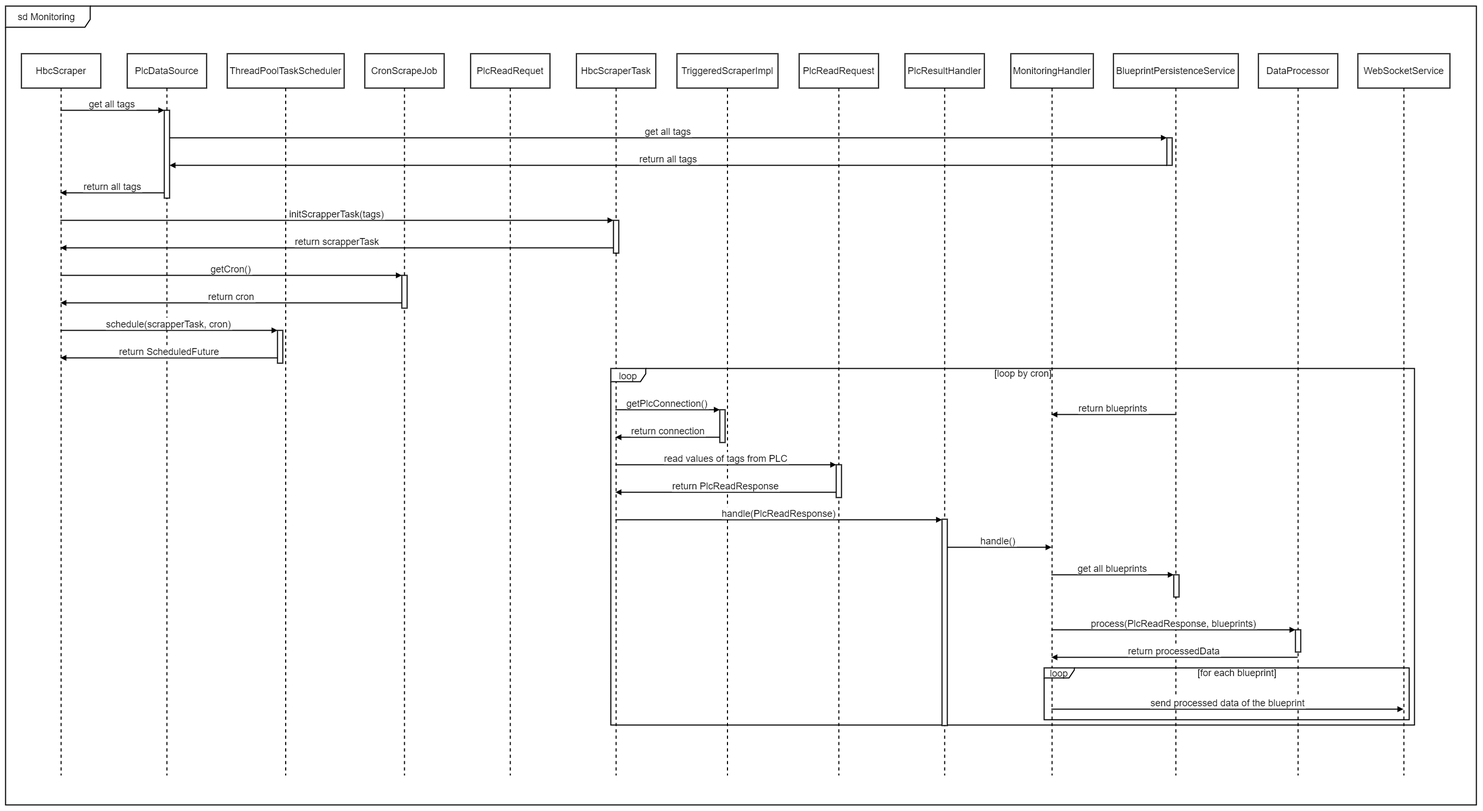
Above: Report7/SDD/Monitoring/sequence-T3-04.drawio.png in f-pms/Document (draw.io), before the change. Source tidied: cells renumbered, new cells last; positions are measured from the earlier drawing's top-left corner, leaving out a move shared by most shapes.
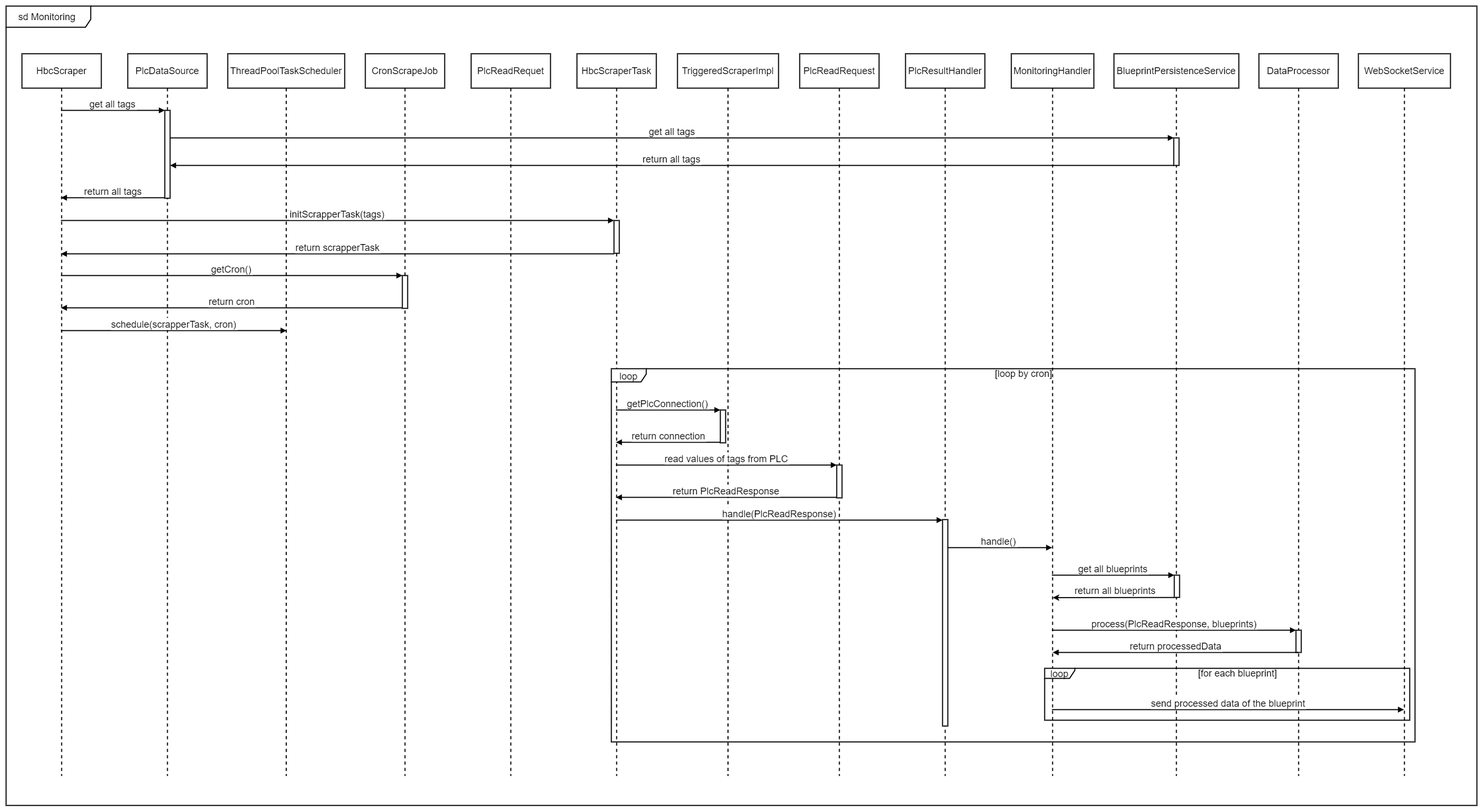
Later version of the same file.

Commit message:
modify monitoring sequence

Change to the diagram source:
```diff
@@ -14,9 +14,6 @@
     <mxCell id="5" value="ThreadPoolTaskScheduler" style="shape=umlLifeline;perimeter=lifelinePerimeter;whiteSpace=wrap;newEdgeStyle={&quot;edgeStyle&quot;:&quot;elbowEdgeStyle&quot;,&quot;elbow&quot;:&quot;vertical&quot;,&quot;curved&quot;:0,&quot;rounded&quot;:0};size=65;strokeWidth=2;fontSize=18;" parent="1" vertex="1">
       <mxGeometry x="419" y="90" width="221" height="1364" as="geometry" />
     </mxCell>
-    <mxCell id="6" style="points=[];perimeter=orthogonalPerimeter;outlineConnect=0;targetShapes=umlLifeline;portConstraint=eastwest;newEdgeStyle={&quot;edgeStyle&quot;:&quot;elbowEdgeStyle&quot;,&quot;elbow&quot;:&quot;vertical&quot;,&quot;curved&quot;:0,&quot;rounded&quot;:0};strokeWidth=2;fontSize=18;" parent="5" vertex="1">
-      <mxGeometry x="95" y="523" width="10" height="62" as="geometry" />
-    </mxCell>
     <mxCell id="7" value="CronScrapeJob" style="shape=umlLifeline;perimeter=lifelinePerimeter;whiteSpace=wrap;newEdgeStyle={&quot;edgeStyle&quot;:&quot;elbowEdgeStyle&quot;,&quot;elbow&quot;:&quot;vertical&quot;,&quot;curved&quot;:0,&quot;rounded&quot;:0};size=65;strokeWidth=2;fontSize=18;" parent="1" vertex="1">
       <mxGeometry x="679" y="90" width="150" height="1364" as="geometry" />
     </mxCell>
@@ -54,7 +51,7 @@
       <mxGeometry x="2094" y="90" width="236" height="1364" as="geometry" />
     </mxCell>
     <mxCell id="19" style="points=[];perimeter=orthogonalPerimeter;outlineConnect=0;targetShapes=umlLifeline;portConstraint=eastwest;newEdgeStyle={&quot;edgeStyle&quot;:&quot;elbowEdgeStyle&quot;,&quot;elbow&quot;:&quot;vertical&quot;,&quot;curved&quot;:0,&quot;rounded&quot;:0};strokeWidth=2;fontSize=18;" parent="18" vertex="1">
-      <mxGeometry x="101" y="159" width="10" height="52" as="geometry" />
+      <mxGeometry x="113" y="159" width="10" height="52" as="geometry" />
     </mxCell>
     <mxCell id="20" style="points=[];perimeter=orthogonalPerimeter;outlineConnect=0;targetShapes=umlLifeline;portConstraint=eastwest;newEdgeStyle={&quot;edgeStyle&quot;:&quot;elbowEdgeStyle&quot;,&quot;elbow&quot;:&quot;vertical&quot;,&quot;curved&quot;:0,&quot;rounded&quot;:0};strokeWidth=2;fontSize=18;" parent="18" vertex="1">
       <mxGeometry x="114" y="985" width="10" height="42" as="geometry" />
@@ -75,10 +72,10 @@
       <mxGeometry x="40" width="650" height="20" as="geometry" />
     </mxCell>
     <mxCell id="26" value="loop" style="shape=umlFrame;strokeColor=#000000;height=25;width=66;strokeWidth=2;fontSize=18;" parent="1" vertex="1">
-      <mxGeometry x="1144" y="685" width="1519" height="674" as="geometry" />
+      <mxGeometry x="1144" y="685" width="1519" height="705" as="geometry" />
     </mxCell>
     <mxCell id="27" value="[loop by cron]" style="text;strokeColor=none;fillColor=none;align=center;verticalAlign=middle;whiteSpace=wrap;strokeWidth=2;fontSize=18;" parent="26" vertex="1">
-      <mxGeometry x="40" width="1479" height="20" as="geometry" />
+      <mxGeometry x="40" width="1479" height="20.9" as="geometry" />
     </mxCell>
     <mxCell id="28" value="get all tags" style="verticalAlign=bottom;endArrow=block;edgeStyle=elbowEdgeStyle;elbow=vertical;curved=0;rounded=0;strokeWidth=2;fontSize=18;" parent="1" edge="1" source="2" target="4">
       <mxGeometry relative="1" as="geometry">
@@ -101,10 +98,12 @@
         </Array>
       </mxGeometry>
     </mxCell>
-    <mxCell id="31" value="return all tags" style="verticalAlign=bottom;endArrow=block;edgeStyle=elbowEdgeStyle;elbow=vertical;curved=0;rounded=0;strokeWidth=2;fontSize=18;" parent="1" edge="1" source="4" target="2">
+    <mxCell id="31" value="return all tags" style="verticalAlign=bottom;endArrow=block;edgeStyle=elbowEdgeStyle;elbow=vertical;curved=0;rounded=0;strokeWidth=2;fontSize=18;" parent="1" edge="1">
       <mxGeometry relative="1" as="geometry">
+        <mxPoint x="300" y="362" as="sourcePoint" />
+        <mxPoint x="103.8" y="362" as="targetPoint" />
         <Array as="points">
-          <mxPoint x="213" y="353" />
+          <mxPoint x="213" y="362" />
         </Array>
       </mxGeometry>
     </mxCell>
@@ -115,10 +114,12 @@
         </Array>
       </mxGeometry>
     </mxCell>
-    <mxCell id="33" value="return scrapperTask" style="verticalAlign=bottom;endArrow=block;edgeStyle=elbowEdgeStyle;elbow=vertical;curved=0;rounded=0;strokeWidth=2;fontSize=18;" parent="1" edge="1" source="11" target="2">
+    <mxCell id="33" value="return scrapperTask" style="verticalAlign=bottom;endArrow=block;edgeStyle=elbowEdgeStyle;elbow=vertical;curved=0;rounded=0;strokeWidth=2;fontSize=18;" parent="1" edge="1">
       <mxGeometry relative="1" as="geometry">
+        <mxPoint x="1149" y="468" as="sourcePoint" />
+        <mxPoint x="103.8" y="468" as="targetPoint" />
         <Array as="points">
-          <mxPoint x="637" y="457" />
+          <mxPoint x="637" y="468" />
         </Array>
       </mxGeometry>
     </mxCell>
@@ -129,27 +130,23 @@
         </Array>
       </mxGeometry>
     </mxCell>
-    <mxCell id="35" value="return cron" style="verticalAlign=bottom;endArrow=block;edgeStyle=elbowEdgeStyle;elbow=vertical;curved=0;rounded=0;strokeWidth=2;fontSize=18;" parent="1" edge="1" source="8" target="2">
+    <mxCell id="35" value="return cron" style="verticalAlign=bottom;endArrow=block;edgeStyle=elbowEdgeStyle;elbow=vertical;curved=0;rounded=0;strokeWidth=2;fontSize=18;" parent="1" edge="1">
       <mxGeometry relative="1" as="geometry">
+        <mxPoint x="749" y="570" as="sourcePoint" />
+        <mxPoint x="103.8" y="570" as="targetPoint" />
         <Array as="points">
-          <mxPoint x="437" y="561" />
+          <mxPoint x="437" y="570" />
         </Array>
       </mxGeometry>
     </mxCell>
-    <mxCell id="36" value="schedule(scrapperTask, cron)" style="verticalAlign=bottom;endArrow=block;edgeStyle=elbowEdgeStyle;elbow=vertical;curved=0;rounded=0;strokeWidth=2;fontSize=18;" parent="1" edge="1" source="2" target="6">
+    <mxCell id="36" value="schedule(scrapperTask, cron)" style="verticalAlign=bottom;endArrow=block;edgeStyle=elbowEdgeStyle;elbow=vertical;curved=0;rounded=0;strokeWidth=2;fontSize=18;" parent="1" edge="1" source="2">
       <mxGeometry relative="1" as="geometry">
+        <mxPoint x="530" y="613" as="targetPoint" />
         <Array as="points">
           <mxPoint x="327" y="613" />
         </Array>
       </mxGeometry>
     </mxCell>
-    <mxCell id="37" value="return ScheduledFuture" style="verticalAlign=bottom;endArrow=block;edgeStyle=elbowEdgeStyle;elbow=vertical;curved=0;rounded=0;strokeWidth=2;fontSize=18;" parent="1" edge="1" source="6" target="2">
-      <mxGeometry relative="1" as="geometry">
-        <Array as="points">
-          <mxPoint x="325" y="665" />
-        </Array>
-      </mxGeometry>
-    </mxCell>
     <mxCell id="38" value="getPlcConnection()" style="verticalAlign=bottom;endArrow=block;edgeStyle=elbowEdgeStyle;elbow=vertical;curved=0;rounded=0;strokeWidth=2;fontSize=18;" parent="1" edge="1" source="10" target="13">
       <mxGeometry relative="1" as="geometry">
         <Array as="points">
@@ -157,10 +154,12 @@
         </Array>
       </mxGeometry>
     </mxCell>
-    <mxCell id="39" value="return connection" style="verticalAlign=bottom;endArrow=block;edgeStyle=elbowEdgeStyle;elbow=vertical;curved=0;rounded=0;strokeWidth=2;fontSize=18;" parent="1" edge="1" source="13" target="10">
+    <mxCell id="39" value="return connection" style="verticalAlign=bottom;endArrow=block;edgeStyle=elbowEdgeStyle;elbow=vertical;curved=0;rounded=0;strokeWidth=2;fontSize=18;" parent="1" edge="1">
       <mxGeometry relative="1" as="geometry">
+        <mxPoint x="1350" y="824" as="sourcePoint" />
+        <mxPoint x="1152.8" y="824" as="targetPoint" />
         <Array as="points">
-          <mxPoint x="1267" y="815" />
+          <mxPoint x="1267" y="824" />
         </Array>
       </mxGeometry>
     </mxCell>
@@ -171,10 +170,12 @@
         </Array>
       </mxGeometry>
     </mxCell>
-    <mxCell id="41" value="return PlcReadResponse" style="verticalAlign=bottom;endArrow=block;edgeStyle=elbowEdgeStyle;elbow=vertical;curved=0;rounded=0;strokeWidth=2;fontSize=18;" parent="1" edge="1" source="15" target="10">
+    <mxCell id="41" value="return PlcReadResponse" style="verticalAlign=bottom;endArrow=block;edgeStyle=elbowEdgeStyle;elbow=vertical;curved=0;rounded=0;strokeWidth=2;fontSize=18;" parent="1" edge="1">
       <mxGeometry relative="1" as="geometry">
+        <mxPoint x="1570" y="928" as="sourcePoint" />
+        <mxPoint x="1152.8" y="928" as="targetPoint" />
         <Array as="points">
-          <mxPoint x="1372" y="919" />
+          <mxPoint x="1372" y="928" />
         </Array>
       </mxGeometry>
     </mxCell>
@@ -199,13 +200,6 @@
         </Array>
       </mxGeometry>
     </mxCell>
-    <mxCell id="45" value="return blueprints" style="verticalAlign=bottom;endArrow=block;edgeStyle=elbowEdgeStyle;elbow=vertical;curved=0;rounded=0;strokeWidth=2;fontSize=18;" parent="1" edge="1" source="18" target="17">
-      <mxGeometry relative="1" as="geometry">
-        <Array as="points">
-          <mxPoint x="2105" y="1127" />
-        </Array>
-      </mxGeometry>
-    </mxCell>
     <mxCell id="46" value="process(PlcReadResponse, blueprints)" style="verticalAlign=bottom;endArrow=block;edgeStyle=elbowEdgeStyle;elbow=vertical;curved=0;rounded=0;strokeWidth=2;fontSize=18;" parent="1" edge="1" source="17" target="22">
       <mxGeometry relative="1" as="geometry">
         <Array as="points">
@@ -213,10 +207,12 @@
         </Array>
       </mxGeometry>
     </mxCell>
-    <mxCell id="47" value="return processedData" style="verticalAlign=bottom;endArrow=block;edgeStyle=elbowEdgeStyle;elbow=vertical;curved=0;rounded=0;strokeWidth=2;fontSize=18;" parent="1" edge="1" source="21" target="17">
+    <mxCell id="47" value="return processedData" style="verticalAlign=bottom;endArrow=block;edgeStyle=elbowEdgeStyle;elbow=vertical;curved=0;rounded=0;strokeWidth=2;fontSize=18;" parent="1" edge="1">
       <mxGeometry relative="1" as="geometry">
+        <mxPoint x="2442" y="1221" as="sourcePoint" />
+        <mxPoint x="1978.2" y="1221" as="targetPoint" />
         <Array as="points">
-          <mxPoint x="2221" y="1231" />
+          <mxPoint x="2221" y="1221" />
         </Array>
       </mxGeometry>
     </mxCell>
@@ -233,5 +229,16 @@
     <mxCell id="50" value="sd Monitoring " style="shape=umlFrame;strokeColor=#000000;height=40;width=160;strokeWidth=2;fontSize=18;" parent="1" vertex="1">
       <mxGeometry width="2780" height="1510" as="geometry" />
     </mxCell>
+    <mxCell id="51" style="edgeStyle=elbowEdgeStyle;rounded=0;orthogonalLoop=1;jettySize=auto;html=1;elbow=vertical;curved=0;strokeWidth=2;" parent="1" edge="1">
+      <mxGeometry relative="1" as="geometry">
+        <mxPoint x="2208" y="1117.2" as="sourcePoint" />
+        <mxPoint x="1978.5" y="1117.2" as="targetPoint" />
+      </mxGeometry>
+    </mxCell>
+    <mxCell id="52" value="return all blueprints" style="edgeLabel;html=1;align=center;verticalAlign=middle;fontSize=18;" parent="51" vertex="1">
+      <mxGeometry x="-0.18" y="2" relative="1" as="geometry">
+        <mxPoint x="-20" y="-16" as="offset" />
+      </mxGeometry>
+    </mxCell>
   </root>
 </mxGraphModel>
```
